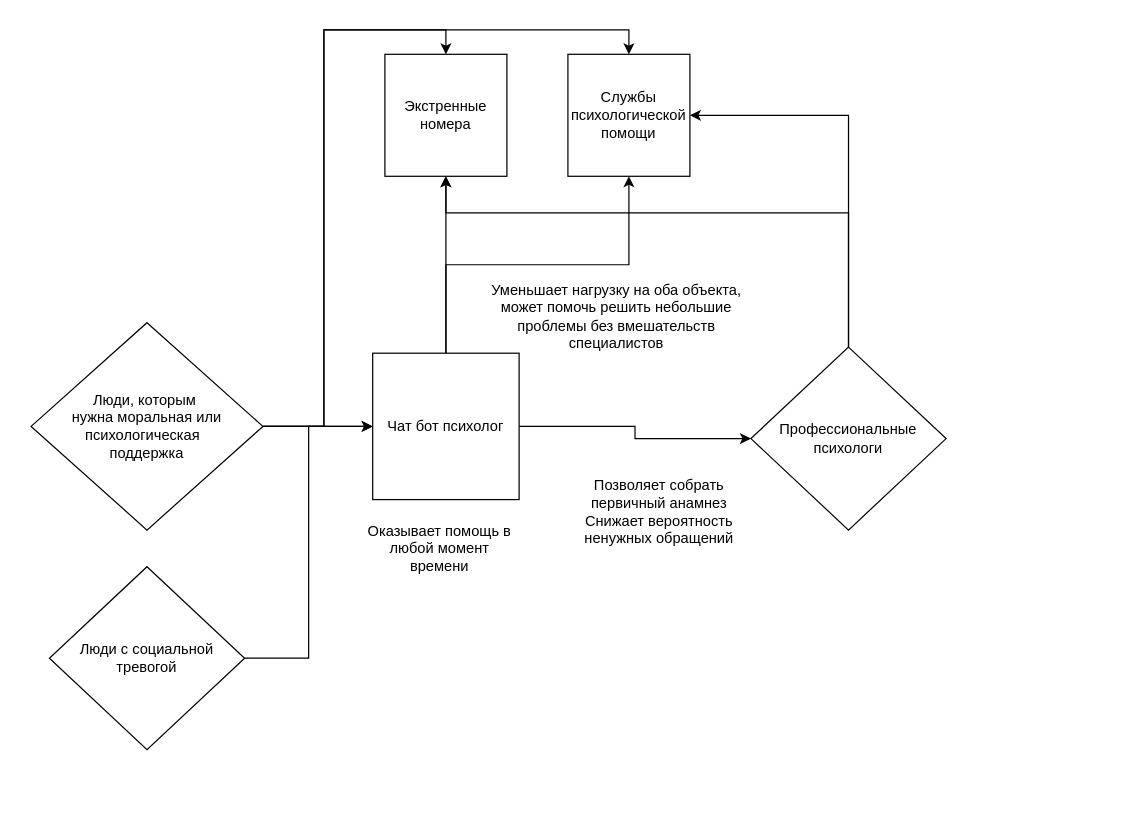
AptM1Apt/drawioUML keeps this draw.io diagram as To be Chat Psycho.drawio. Above is the earlier version. Source tidied: cells renumbered, new cells numbered last; positions are measured from the earlier drawing's top-left corner, leaving out a move shared by most shapes. Both pictures are drawn from the tidied source at 122%, with x=0, y=0 at pixel (30, 29).
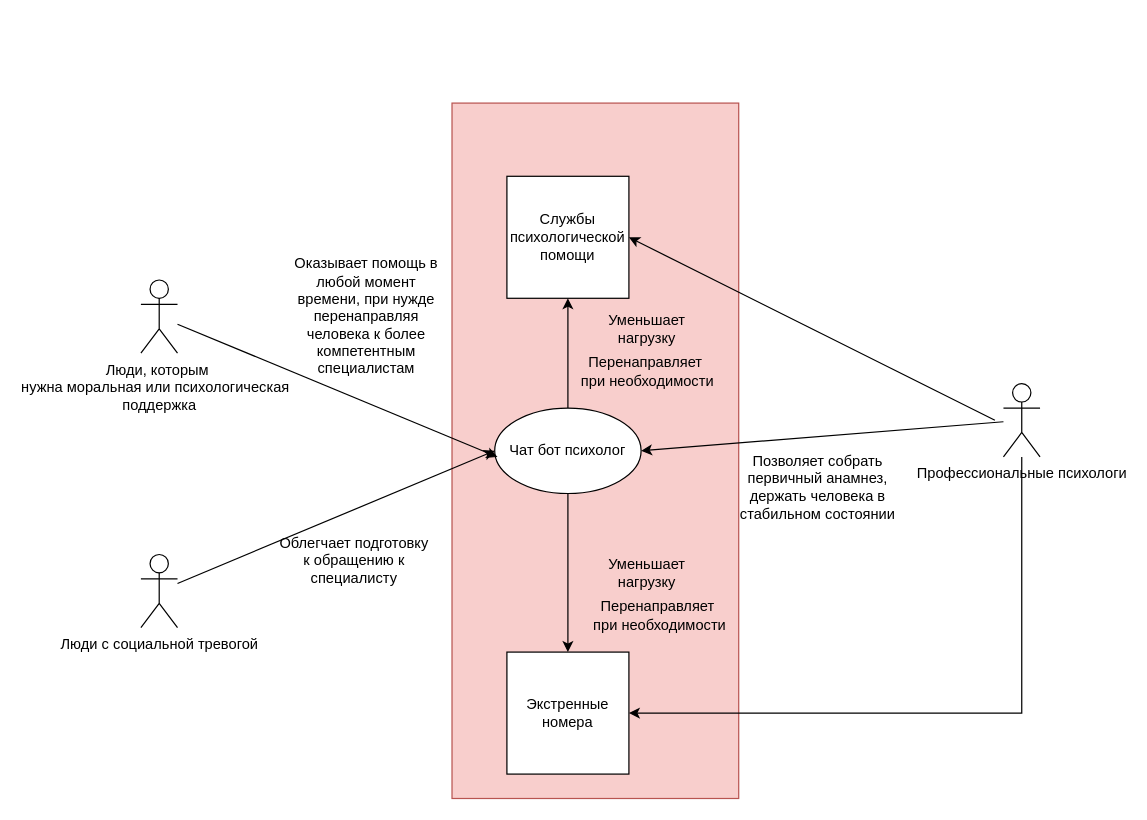
The same diagram, later.

Change to the diagram source:
```diff
@@
-    <mxCell id="2" style="edgeStyle=orthogonalEdgeStyle;rounded=0;jettySize=auto;html=1;exitX=1;exitY=0.5;exitDx=0;exitDy=0;entryX=0;entryY=0.5;entryDx=0;entryDy=0;" parent="1" edge="1" source="5" target="11">
-      <mxGeometry relative="1" as="geometry" />
-    </mxCell>
-    <mxCell id="3" style="edgeStyle=orthogonalEdgeStyle;rounded=0;jettySize=auto;html=1;exitX=1;exitY=0.5;exitDx=0;exitDy=0;entryX=0.5;entryY=0;entryDx=0;entryDy=0;" parent="1" edge="1" source="5" target="12">
-      <mxGeometry relative="1" as="geometry">
-        <Array as="points">
-          <mxPoint x="240" y="325" />
-          <mxPoint x="240" />
-          <mxPoint x="490" />
-        </Array>
-      </mxGeometry>
-    </mxCell>
-    <mxCell id="4" style="edgeStyle=orthogonalEdgeStyle;rounded=0;jettySize=auto;html=1;exitX=1;exitY=0.5;exitDx=0;exitDy=0;entryX=0.5;entryY=0;entryDx=0;entryDy=0;" parent="1" edge="1" source="5" target="13">
-      <mxGeometry relative="1" as="geometry" />
-    </mxCell>
-    <mxCell id="5" value="&lt;div&gt;Люди, которым&amp;nbsp;&lt;/div&gt;&lt;div&gt;нужна моральная или психологическая&amp;nbsp;&amp;nbsp;&lt;/div&gt;&lt;div&gt;поддержка&lt;/div&gt;" style="rhombus;whiteSpace=wrap;html=1;" parent="1" vertex="1">
-      <mxGeometry y="240" width="190" height="170" as="geometry" />
-    </mxCell>
-    <mxCell id="6" style="edgeStyle=orthogonalEdgeStyle;rounded=0;jettySize=auto;html=1;exitX=1;exitY=0.5;exitDx=0;exitDy=0;entryX=0;entryY=0.5;entryDx=0;entryDy=0;" parent="1" edge="1" source="7" target="11">
-      <mxGeometry relative="1" as="geometry" />
-    </mxCell>
-    <mxCell id="7" value="Люди с социальной тревогой" style="rhombus;whiteSpace=wrap;html=1;" parent="1" vertex="1">
-      <mxGeometry x="15" y="440" width="160" height="150" as="geometry" />
-    </mxCell>
-    <mxCell id="8" style="edgeStyle=orthogonalEdgeStyle;rounded=0;jettySize=auto;html=1;exitX=0.5;exitY=0;exitDx=0;exitDy=0;entryX=0.5;entryY=1;entryDx=0;entryDy=0;" parent="1" edge="1" source="11" target="13">
-      <mxGeometry relative="1" as="geometry" />
-    </mxCell>
-    <mxCell id="9" style="edgeStyle=orthogonalEdgeStyle;rounded=0;jettySize=auto;html=1;exitX=0.5;exitY=0;exitDx=0;exitDy=0;entryX=0.5;entryY=1;entryDx=0;entryDy=0;" parent="1" edge="1" source="11" target="12">
-      <mxGeometry relative="1" as="geometry" />
-    </mxCell>
-    <mxCell id="10" style="edgeStyle=orthogonalEdgeStyle;rounded=0;jettySize=auto;html=1;exitX=1;exitY=0.5;exitDx=0;exitDy=0;entryX=0;entryY=0.5;entryDx=0;entryDy=0;" parent="1" edge="1" source="11" target="17">
-      <mxGeometry relative="1" as="geometry" />
-    </mxCell>
-    <mxCell id="11" value="Чат бот психолог" style="whiteSpace=wrap;html=1;" parent="1" vertex="1">
-      <mxGeometry x="280" y="265" width="120" height="120" as="geometry" />
-    </mxCell>
+    <mxCell id="20" style="rounded=0;whiteSpace=wrap;html=1;fillColor=#f8cecc;strokeColor=#b85450;" parent="1" vertex="1">
+      <mxGeometry x="345" y="60" width="235" height="570" as="geometry" />
+    </mxCell>
     <mxCell id="12" value="Службы психологической помощи" style="whiteSpace=wrap;html=1;" parent="1" vertex="1">
-      <mxGeometry x="440" y="20" width="100" height="100" as="geometry" />
+      <mxGeometry x="390" y="120" width="100" height="100" as="geometry" />
     </mxCell>
     <mxCell id="13" value="Экстренные номера" style="whiteSpace=wrap;html=1;" parent="1" vertex="1">
-      <mxGeometry x="290" y="20" width="100" height="100" as="geometry" />
+      <mxGeometry x="390" y="510" width="100" height="100" as="geometry" />
     </mxCell>
-    <mxCell id="14" value="Уменьшает нагрузку на оба объекта, может помочь решить небольшие проблемы без вмешательств специалистов" style="text;html=1;align=center;verticalAlign=middle;whiteSpace=wrap;rounded=0;" parent="1" vertex="1">
-      <mxGeometry x="360" y="220" width="240" height="30" as="geometry" />
-    </mxCell>
-    <mxCell id="15" style="edgeStyle=orthogonalEdgeStyle;rounded=0;jettySize=auto;html=1;exitX=0.5;exitY=0;exitDx=0;exitDy=0;entryX=1;entryY=0.5;entryDx=0;entryDy=0;" parent="1" edge="1" source="17" target="12">
-      <mxGeometry relative="1" as="geometry" />
-    </mxCell>
+    <mxCell id="19" value="&lt;div&gt;Позволяет собрать первичный анамнез, держать человека в стабильном состоянии &lt;br&gt;&lt;/div&gt;" style="text;html=1;align=center;verticalAlign=middle;whiteSpace=wrap;rounded=0;" parent="1" vertex="1">
+      <mxGeometry x="580" y="360" width="130" height="30" as="geometry" />
+    </mxCell>
+    <mxCell id="21" value="Оказывает помощь в любой момент времени, при нужде перенаправляя человека к более компетентным специалистам" style="text;html=1;align=center;verticalAlign=middle;whiteSpace=wrap;rounded=0;" parent="1" vertex="1">
+      <mxGeometry x="210" y="220" width="130" height="30" as="geometry" />
+    </mxCell>
+    <mxCell id="22" value="Облегчает подготовку к обращению к специалисту" style="text;html=1;align=center;verticalAlign=middle;whiteSpace=wrap;rounded=0;" parent="1" vertex="1">
+      <mxGeometry x="200" y="420" width="130" height="30" as="geometry" />
+    </mxCell>
+    <mxCell id="23" value="Уменьшает нагрузку" style="text;html=1;align=center;verticalAlign=middle;whiteSpace=wrap;rounded=0;" parent="1" vertex="1">
+      <mxGeometry x="465" y="230" width="80" height="30" as="geometry" />
+    </mxCell>
+    <mxCell id="5" value="&lt;div&gt;Люди, которым&amp;nbsp;&lt;/div&gt;&lt;div&gt;нужна моральная или психологическая&amp;nbsp;&amp;nbsp;&lt;/div&gt;&lt;div&gt;поддержка&lt;/div&gt;" style="shape=umlActor;verticalLabelPosition=bottom;verticalAlign=top;html=1;outlineConnect=0;" parent="1" vertex="1">
+      <mxGeometry x="90" y="205" width="30" height="60" as="geometry" />
+    </mxCell>
+    <mxCell id="7" value="Люди с социальной тревогой" style="shape=umlActor;verticalLabelPosition=bottom;verticalAlign=top;html=1;outlineConnect=0;" parent="1" vertex="1">
+      <mxGeometry x="90" y="430" width="30" height="60" as="geometry" />
+    </mxCell>
-    <mxCell id="16" style="edgeStyle=orthogonalEdgeStyle;rounded=0;jettySize=auto;html=1;exitX=0.5;exitY=0;exitDx=0;exitDy=0;entryX=0.5;entryY=1;entryDx=0;entryDy=0;" parent="1" edge="1" source="17" target="13">
+    <mxCell id="16" style="edgeStyle=orthogonalEdgeStyle;rounded=0;jettySize=auto;html=1;entryX=1;entryY=0.5;entryDx=0;entryDy=0;" parent="1" edge="1" source="17" target="13">
       <mxGeometry relative="1" as="geometry">
         <Array as="points">
-          <mxPoint x="670" y="150" />
-          <mxPoint x="340" y="150" />
+          <mxPoint x="812" y="560" />
         </Array>
       </mxGeometry>
     </mxCell>
-    <mxCell id="17" value="Профессиональные психологи" style="rhombus;whiteSpace=wrap;html=1;" parent="1" vertex="1">
-      <mxGeometry x="590" y="260" width="160" height="150" as="geometry" />
+    <mxCell id="17" value="Профессиональные психологи" style="shape=umlActor;verticalLabelPosition=bottom;verticalAlign=top;html=1;outlineConnect=0;" parent="1" vertex="1">
+      <mxGeometry x="797" y="290" width="30" height="60" as="geometry" />
     </mxCell>
-    <mxCell id="18" value="Оказывает помощь в любой момент времени" style="text;html=1;align=center;verticalAlign=middle;whiteSpace=wrap;rounded=0;" parent="1" vertex="1">
-      <mxGeometry x="270" y="410" width="130" height="30" as="geometry" />
-    </mxCell>
-    <mxCell id="19" value="&lt;div&gt;Позволяет собрать первичный анамнез&lt;/div&gt;&lt;div&gt;Снижает вероятность ненужных обращений &lt;br&gt;&lt;/div&gt;" style="text;html=1;align=center;verticalAlign=middle;whiteSpace=wrap;rounded=0;" parent="1" vertex="1">
-      <mxGeometry x="450" y="380" width="130" height="30" as="geometry" />
-    </mxCell>
+    <mxCell id="9" style="edgeStyle=orthogonalEdgeStyle;rounded=0;jettySize=auto;html=1;entryX=0.5;entryY=1;entryDx=0;entryDy=0;" parent="1" edge="1" source="11" target="12">
+      <mxGeometry relative="1" as="geometry" />
+    </mxCell>
+    <mxCell id="8" style="edgeStyle=orthogonalEdgeStyle;rounded=0;jettySize=auto;html=1;exitX=0.5;exitY=1;exitDx=0;exitDy=0;entryX=0.5;entryY=0;entryDx=0;entryDy=0;" parent="1" edge="1" source="11" target="13">
+      <mxGeometry relative="1" as="geometry" />
+    </mxCell>
+    <mxCell id="11" value="Чат бот психолог" style="ellipse;whiteSpace=wrap;html=1;" parent="1" vertex="1">
+      <mxGeometry x="380" y="310" width="120" height="70" as="geometry" />
+    </mxCell>
+    <mxCell id="2" style="endArrow=classic;html=1;rounded=0;entryX=0.019;entryY=0.573;entryDx=0;entryDy=0;entryPerimeter=0;" parent="1" edge="1" source="5" target="11">
+      <mxGeometry relative="1" as="geometry" />
+    </mxCell>
+    <mxCell id="6" style="endArrow=classic;html=1;rounded=0;entryX=0;entryY=0.5;entryDx=0;entryDy=0;" parent="1" edge="1" source="7" target="11">
+      <mxGeometry relative="1" as="geometry" />
+    </mxCell>
+    <mxCell id="24" style="endArrow=classic;html=1;rounded=0;entryX=1;entryY=0.5;entryDx=0;entryDy=0;" parent="1" edge="1" source="17" target="11">
+      <mxGeometry relative="1" as="geometry" />
+    </mxCell>
+    <mxCell id="25" value="&lt;div&gt;Перенаправляет&amp;nbsp;&lt;/div&gt;&lt;div&gt;при необходимости&lt;/div&gt;" style="text;html=1;align=center;verticalAlign=middle;strokeColor=none;fillColor=none;" parent="1" vertex="1">
+      <mxGeometry x="440" y="260" width="130" height="40" as="geometry" />
+    </mxCell>
+    <mxCell id="26" value="Уменьшает нагрузку" style="text;html=1;align=center;verticalAlign=middle;whiteSpace=wrap;rounded=0;" parent="1" vertex="1">
+      <mxGeometry x="465" y="430" width="80" height="30" as="geometry" />
+    </mxCell>
+    <mxCell id="27" value="&lt;div&gt;Перенаправляет&amp;nbsp;&lt;/div&gt;&lt;div&gt;при необходимости&lt;/div&gt;" style="text;html=1;align=center;verticalAlign=middle;strokeColor=none;fillColor=none;" parent="1" vertex="1">
+      <mxGeometry x="450" y="460" width="130" height="40" as="geometry" />
+    </mxCell>
+    <mxCell id="28" style="endArrow=classic;html=1;rounded=0;entryX=1;entryY=0.5;entryDx=0;entryDy=0;" parent="1" edge="1" target="12">
+      <mxGeometry relative="1" as="geometry">
+        <mxPoint x="790" y="320" as="sourcePoint" />
+      </mxGeometry>
+    </mxCell>
```
